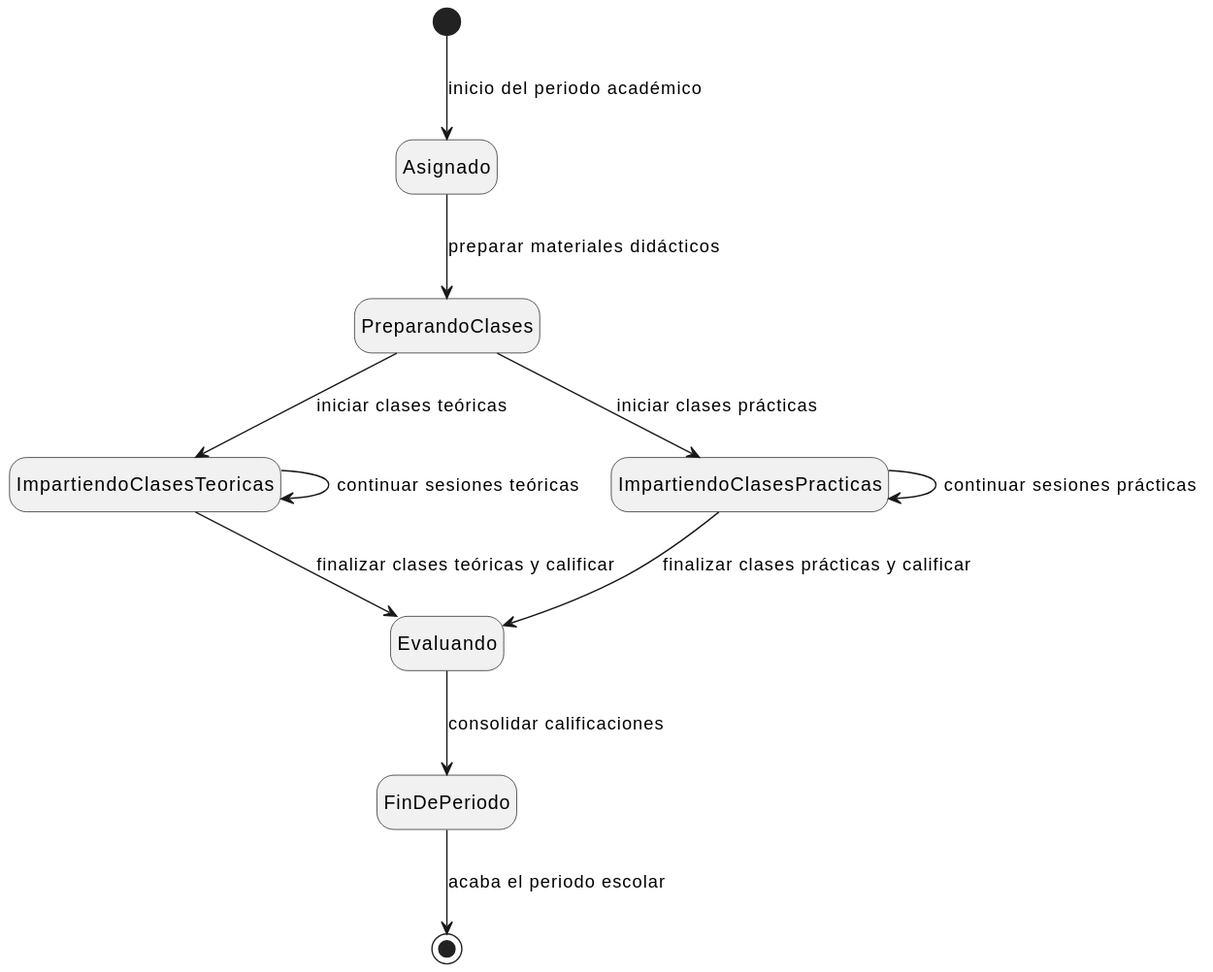
This is Documentos/Imagenes/DiagramaEstados/cicloDeVidaProfesor.svg from mmasias/24-25-IdSw1-SDR, a PlantUML export, as it was before one commit.
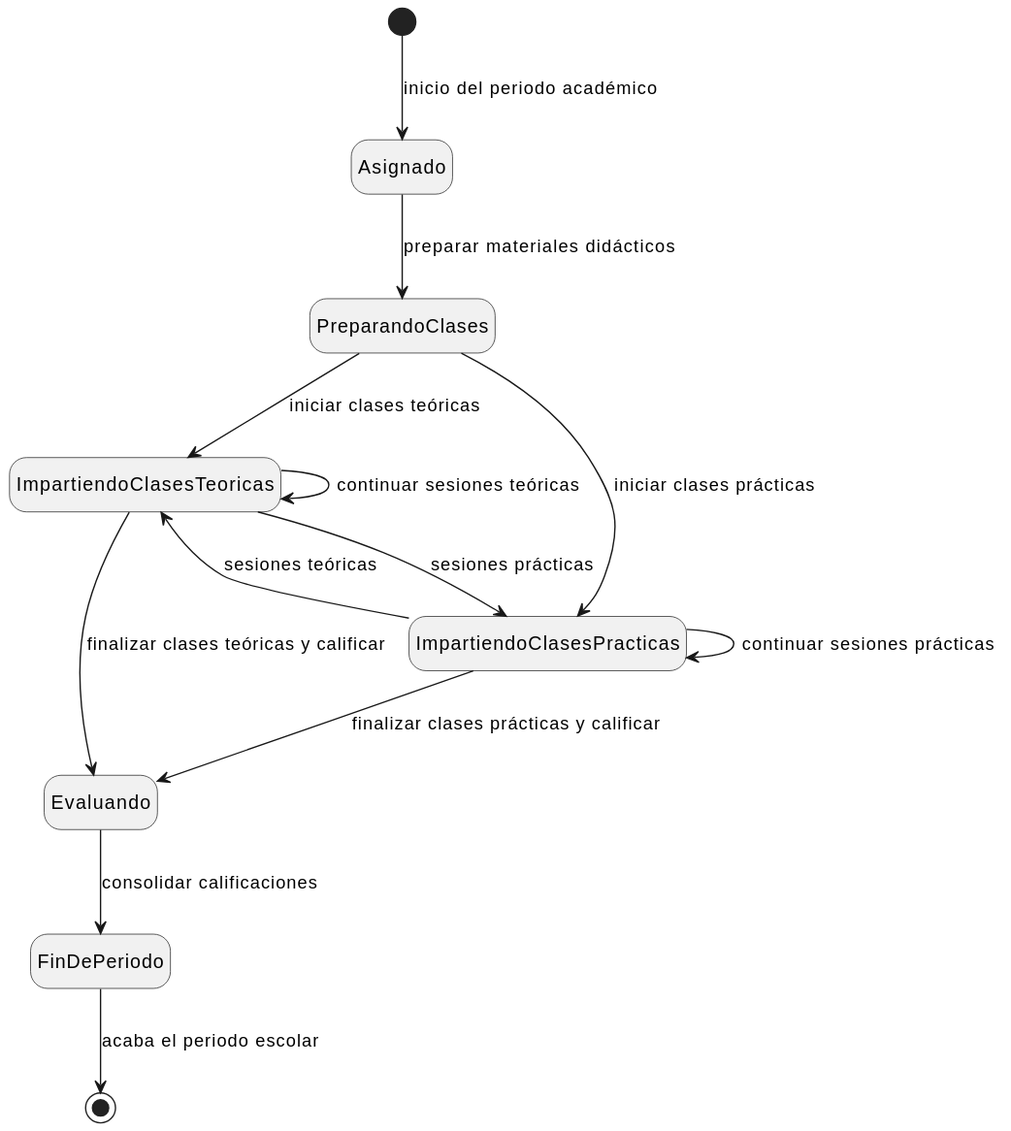
After the change.

Commit message:
ciclo de vida del profesor

What changed in the source:
```diff
@@ -9,7 +9,8 @@
 
 ImpartiendoClasesTeoricas --> ImpartiendoClasesTeoricas : continuar sesiones teóricas
 ImpartiendoClasesTeoricas --> Evaluando : finalizar clases teóricas y calificar
-
+ImpartiendoClasesPracticas --> ImpartiendoClasesTeoricas : sesiones teóricas
+ImpartiendoClasesTeoricas --> ImpartiendoClasesPracticas : sesiones prácticas
 ImpartiendoClasesPracticas --> ImpartiendoClasesPracticas : continuar sesiones prácticas
 ImpartiendoClasesPracticas --> Evaluando : finalizar clases prácticas y calificar
 
```
